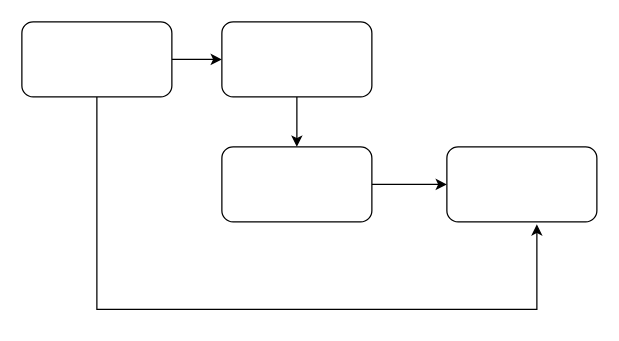
Earlier version of the draw.io diagram sample.drawio (bot346/tcl). Source tidied: cells renumbered, new cells numbered last; positions are measured from the earlier drawing's top-left corner, leaving out a move shared by most shapes. Both pictures are drawn from the tidied source at 125%, with x=0, y=0 at pixel (21, 21).
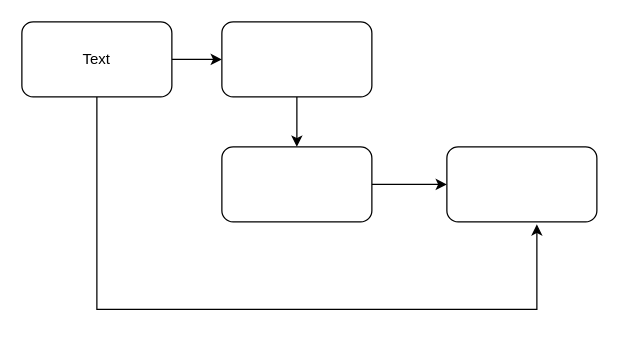
Above is the later version.

What changed in the source:
```diff
@@
 <mxGraphModel>
   <root>
     <mxCell id="0" />
     <mxCell id="1" parent="0" />
     <mxCell id="2" style="edgeStyle=orthogonalEdgeStyle;rounded=0;jettySize=auto;html=1;exitX=1;exitY=0.5;exitDx=0;exitDy=0;entryX=0;entryY=0.5;entryDx=0;entryDy=0;" parent="1" edge="1" source="3" target="5">
       <mxGeometry relative="1" as="geometry" />
     </mxCell>
     <mxCell id="3" style="rounded=1;whiteSpace=wrap;html=1;" parent="1" vertex="1">
       <mxGeometry width="120" height="60" as="geometry" />
     </mxCell>
     <mxCell id="4" style="edgeStyle=orthogonalEdgeStyle;rounded=0;jettySize=auto;html=1;exitX=0.5;exitY=1;exitDx=0;exitDy=0;entryX=0.5;entryY=0;entryDx=0;entryDy=0;" parent="1" edge="1" source="5" target="7">
       <mxGeometry relative="1" as="geometry" />
     </mxCell>
     <mxCell id="5" style="rounded=1;whiteSpace=wrap;html=1;" parent="1" vertex="1">
       <mxGeometry x="160" width="120" height="60" as="geometry" />
     </mxCell>
     <mxCell id="6" style="edgeStyle=orthogonalEdgeStyle;rounded=0;jettySize=auto;html=1;exitX=1;exitY=0.5;exitDx=0;exitDy=0;entryX=0;entryY=0.5;entryDx=0;entryDy=0;" parent="1" edge="1" source="7" target="8">
       <mxGeometry relative="1" as="geometry" />
     </mxCell>
     <mxCell id="7" style="rounded=1;whiteSpace=wrap;html=1;" parent="1" vertex="1">
       <mxGeometry x="160" y="100" width="120" height="60" as="geometry" />
     </mxCell>
     <mxCell id="8" style="rounded=1;whiteSpace=wrap;html=1;" parent="1" vertex="1">
       <mxGeometry x="340" y="100" width="120" height="60" as="geometry" />
     </mxCell>
     <mxCell id="9" style="edgeStyle=orthogonalEdgeStyle;rounded=0;jettySize=auto;html=1;exitX=0.5;exitY=1;exitDx=0;exitDy=0;entryX=0.6;entryY=1.033;entryDx=0;entryDy=0;entryPerimeter=0;" parent="1" edge="1" source="3" target="8">
       <mxGeometry relative="1" as="geometry">
         <Array as="points">
           <mxPoint x="60" y="230" />
           <mxPoint x="412" y="230" />
         </Array>
       </mxGeometry>
     </mxCell>
+    <mxCell id="10" value="Text" style="text;html=1;strokeColor=none;fillColor=none;align=center;verticalAlign=middle;whiteSpace=wrap;rounded=0;" parent="1" vertex="1">
+      <mxGeometry x="30" y="15" width="60" height="30" as="geometry" />
+    </mxCell>
   </root>
 </mxGraphModel>
```
